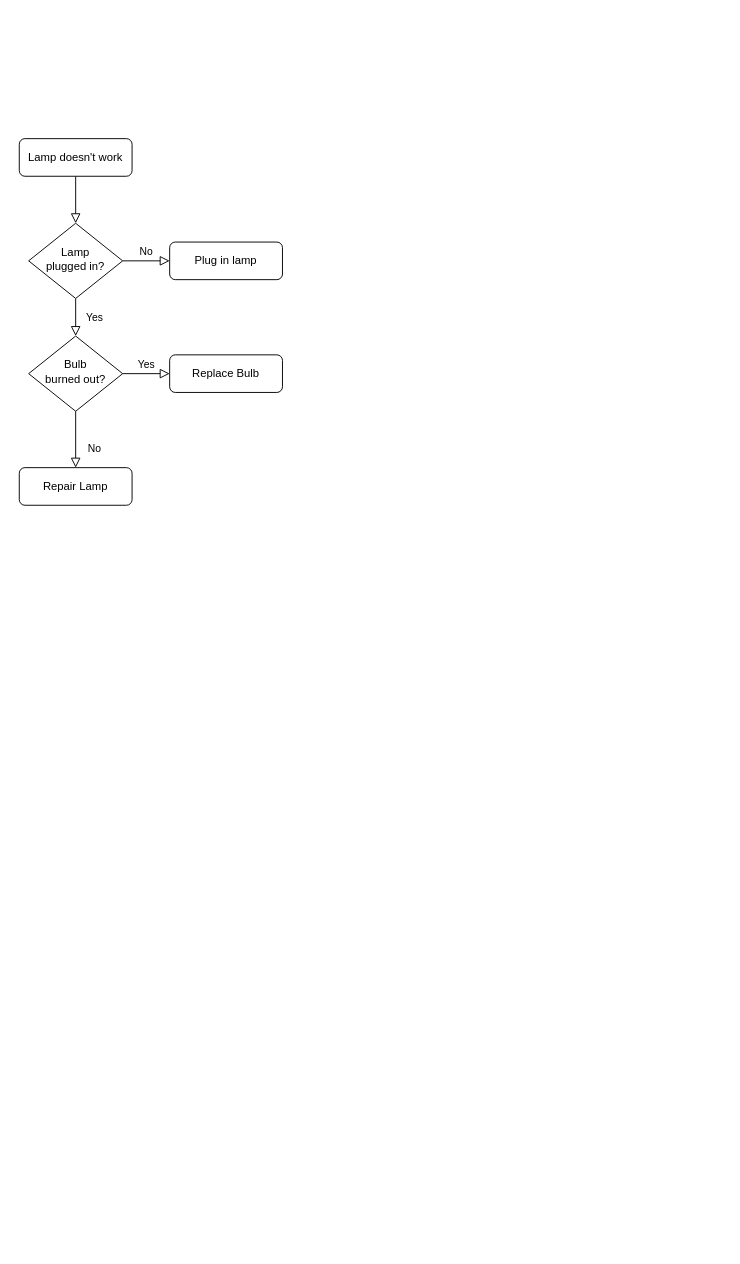
Earlier version of the draw.io diagram Untitled Diagram.drawio (AvivLiberman/templates). Source tidied: cells renumbered, new cells numbered last; positions are measured from the earlier drawing's top-left corner, leaving out a move shared by most shapes. Both pictures are drawn from the tidied source at 94%, with x=0, y=0 at pixel (19, 138).
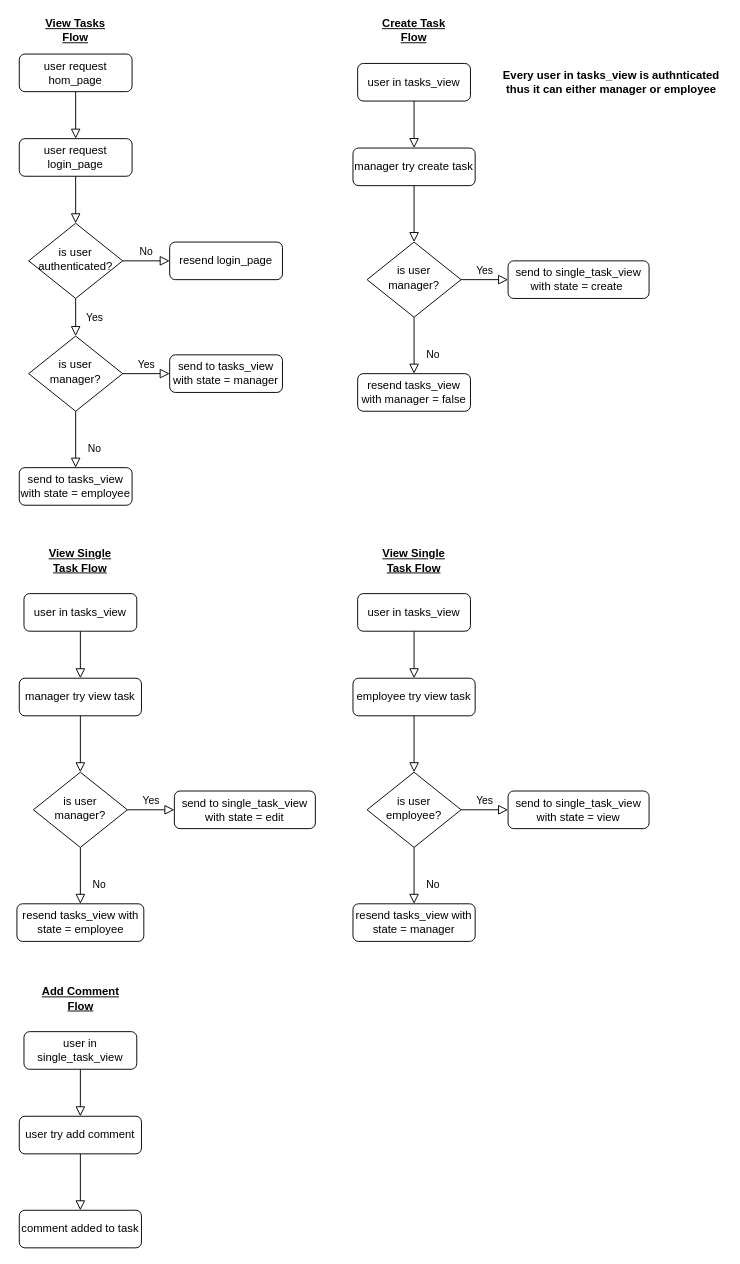
After the change.

Diff of the diagram source:
```diff
@@
-    <mxCell id="3" value="Lamp doesn't work" style="rounded=1;whiteSpace=wrap;html=1;fontSize=12;glass=0;strokeWidth=1;shadow=0;" parent="1" vertex="1">
+    <mxCell id="3" value="user request login_page" style="rounded=1;whiteSpace=wrap;html=1;fontSize=12;glass=0;strokeWidth=1;shadow=0;" parent="1" vertex="1">
       <mxGeometry width="120" height="40" as="geometry" />
     </mxCell>
@@
-    <mxCell id="6" value="Lamp&lt;br&gt;plugged in?" style="rhombus;whiteSpace=wrap;html=1;shadow=0;fontFamily=Helvetica;fontSize=12;align=center;strokeWidth=1;spacing=6;spacingTop=-4;" parent="1" vertex="1">
+    <mxCell id="6" value="is user authenticated?" style="rhombus;whiteSpace=wrap;html=1;shadow=0;fontFamily=Helvetica;fontSize=12;align=center;strokeWidth=1;spacing=6;spacingTop=-4;" parent="1" vertex="1">
       <mxGeometry x="10" y="90" width="100" height="80" as="geometry" />
     </mxCell>
-    <mxCell id="7" value="Plug in lamp" style="rounded=1;whiteSpace=wrap;html=1;fontSize=12;glass=0;strokeWidth=1;shadow=0;" parent="1" vertex="1">
+    <mxCell id="7" value="resend login_page" style="rounded=1;whiteSpace=wrap;html=1;fontSize=12;glass=0;strokeWidth=1;shadow=0;" parent="1" vertex="1">
       <mxGeometry x="160" y="110" width="120" height="40" as="geometry" />
     </mxCell>
@@
-    <mxCell id="10" value="Bulb&lt;br&gt;burned out?" style="rhombus;whiteSpace=wrap;html=1;shadow=0;fontFamily=Helvetica;fontSize=12;align=center;strokeWidth=1;spacing=6;spacingTop=-4;" parent="1" vertex="1">
+    <mxCell id="10" value="is user manager?" style="rhombus;whiteSpace=wrap;html=1;shadow=0;fontFamily=Helvetica;fontSize=12;align=center;strokeWidth=1;spacing=6;spacingTop=-4;" parent="1" vertex="1">
       <mxGeometry x="10" y="210" width="100" height="80" as="geometry" />
     </mxCell>
-    <mxCell id="11" value="Repair Lamp" style="rounded=1;whiteSpace=wrap;html=1;fontSize=12;glass=0;strokeWidth=1;shadow=0;" parent="1" vertex="1">
+    <mxCell id="11" value="send to tasks_view with state = employee" style="rounded=1;whiteSpace=wrap;html=1;fontSize=12;glass=0;strokeWidth=1;shadow=0;" parent="1" vertex="1">
       <mxGeometry y="350" width="120" height="40" as="geometry" />
     </mxCell>
-    <mxCell id="12" value="Replace Bulb" style="rounded=1;whiteSpace=wrap;html=1;fontSize=12;glass=0;strokeWidth=1;shadow=0;" parent="1" vertex="1">
+    <mxCell id="12" value="send to tasks_view with state = manager" style="rounded=1;whiteSpace=wrap;html=1;fontSize=12;glass=0;strokeWidth=1;shadow=0;" parent="1" vertex="1">
       <mxGeometry x="160" y="230" width="120" height="40" as="geometry" />
     </mxCell>
+    <mxCell id="13" style="rounded=0;html=1;jettySize=auto;fontSize=11;endArrow=block;endFill=0;endSize=8;strokeWidth=1;shadow=0;labelBackgroundColor=none;edgeStyle=orthogonalEdgeStyle;" parent="1" edge="1" source="14" target="3">
+      <mxGeometry relative="1" as="geometry" />
+    </mxCell>
+    <mxCell id="14" value="user request hom_page" style="rounded=1;whiteSpace=wrap;html=1;fontSize=12;glass=0;strokeWidth=1;shadow=0;" parent="1" vertex="1">
+      <mxGeometry y="-90" width="120" height="40" as="geometry" />
+    </mxCell>
+    <mxCell id="15" style="rounded=0;html=1;jettySize=auto;fontSize=11;endArrow=block;endFill=0;endSize=8;strokeWidth=1;shadow=0;labelBackgroundColor=none;edgeStyle=orthogonalEdgeStyle;entryX=0.5;entryY=0;entryDx=0;entryDy=0;" parent="1" edge="1" source="16" target="23">
+      <mxGeometry relative="1" as="geometry" />
+    </mxCell>
+    <mxCell id="16" value="manager try create task" style="rounded=1;whiteSpace=wrap;html=1;fontSize=12;glass=0;strokeWidth=1;shadow=0;" parent="1" vertex="1">
+      <mxGeometry x="355" y="10" width="130" height="40" as="geometry" />
+    </mxCell>
+    <mxCell id="17" style="rounded=0;html=1;jettySize=auto;fontSize=11;endArrow=block;endFill=0;endSize=8;strokeWidth=1;shadow=0;labelBackgroundColor=none;edgeStyle=orthogonalEdgeStyle;" parent="1" edge="1" source="18" target="16">
+      <mxGeometry relative="1" as="geometry" />
+    </mxCell>
+    <mxCell id="18" value="user in tasks_view" style="rounded=1;whiteSpace=wrap;html=1;fontSize=12;glass=0;strokeWidth=1;shadow=0;" parent="1" vertex="1">
+      <mxGeometry x="360" y="-80" width="120" height="40" as="geometry" />
+    </mxCell>
+    <mxCell id="19" value="View Tasks Flow" style="text;html=1;strokeColor=none;fillColor=none;align=center;verticalAlign=middle;whiteSpace=wrap;rounded=0;fontStyle=5;" parent="1" vertex="1">
+      <mxGeometry x="20" y="-130" width="80" height="30" as="geometry" />
+    </mxCell>
+    <mxCell id="20" value="Create Task Flow" style="text;html=1;strokeColor=none;fillColor=none;align=center;verticalAlign=middle;whiteSpace=wrap;rounded=0;fontStyle=5;" parent="1" vertex="1">
+      <mxGeometry x="380" y="-130" width="80" height="30" as="geometry" />
+    </mxCell>
+    <mxCell id="21" value="No" style="rounded=0;html=1;jettySize=auto;fontSize=11;endArrow=block;endFill=0;endSize=8;strokeWidth=1;shadow=0;labelBackgroundColor=none;edgeStyle=orthogonalEdgeStyle;" parent="1" edge="1" source="23" target="24">
+      <mxGeometry x="0.33" y="20" relative="1" as="geometry" />
+    </mxCell>
+    <mxCell id="22" value="Yes" style="edgeStyle=orthogonalEdgeStyle;rounded=0;html=1;jettySize=auto;fontSize=11;endArrow=block;endFill=0;endSize=8;strokeWidth=1;shadow=0;labelBackgroundColor=none;" parent="1" edge="1" source="23" target="25">
+      <mxGeometry y="10" relative="1" as="geometry" />
+    </mxCell>
+    <mxCell id="23" value="is user manager?" style="rhombus;whiteSpace=wrap;html=1;shadow=0;fontFamily=Helvetica;fontSize=12;align=center;strokeWidth=1;spacing=6;spacingTop=-4;" parent="1" vertex="1">
+      <mxGeometry x="370" y="110" width="100" height="80" as="geometry" />
+    </mxCell>
+    <mxCell id="24" value="resend tasks_view with manager = false" style="rounded=1;whiteSpace=wrap;html=1;fontSize=12;glass=0;strokeWidth=1;shadow=0;" parent="1" vertex="1">
+      <mxGeometry x="360" y="250" width="120" height="40" as="geometry" />
+    </mxCell>
+    <mxCell id="25" value="send to single_task_view with state = create&amp;nbsp;" style="rounded=1;whiteSpace=wrap;html=1;fontSize=12;glass=0;strokeWidth=1;shadow=0;" parent="1" vertex="1">
+      <mxGeometry x="520" y="130" width="150" height="40" as="geometry" />
+    </mxCell>
+    <mxCell id="26" style="rounded=0;html=1;jettySize=auto;fontSize=11;endArrow=block;endFill=0;endSize=8;strokeWidth=1;shadow=0;labelBackgroundColor=none;edgeStyle=orthogonalEdgeStyle;entryX=0.5;entryY=0;entryDx=0;entryDy=0;" parent="1" edge="1" source="27" target="33">
+      <mxGeometry relative="1" as="geometry" />
+    </mxCell>
+    <mxCell id="27" value="manager try view task" style="rounded=1;whiteSpace=wrap;html=1;fontSize=12;glass=0;strokeWidth=1;shadow=0;" parent="1" vertex="1">
+      <mxGeometry y="574" width="130" height="40" as="geometry" />
+    </mxCell>
+    <mxCell id="28" style="rounded=0;html=1;jettySize=auto;fontSize=11;endArrow=block;endFill=0;endSize=8;strokeWidth=1;shadow=0;labelBackgroundColor=none;edgeStyle=orthogonalEdgeStyle;" parent="1" edge="1" source="29" target="27">
+      <mxGeometry relative="1" as="geometry" />
+    </mxCell>
+    <mxCell id="29" value="user in tasks_view" style="rounded=1;whiteSpace=wrap;html=1;fontSize=12;glass=0;strokeWidth=1;shadow=0;" parent="1" vertex="1">
+      <mxGeometry x="5" y="484" width="120" height="40" as="geometry" />
+    </mxCell>
+    <mxCell id="30" value="View Single Task Flow" style="text;html=1;strokeColor=none;fillColor=none;align=center;verticalAlign=middle;whiteSpace=wrap;rounded=0;fontStyle=5;" parent="1" vertex="1">
+      <mxGeometry x="25" y="434" width="80" height="30" as="geometry" />
+    </mxCell>
+    <mxCell id="31" value="No" style="rounded=0;html=1;jettySize=auto;fontSize=11;endArrow=block;endFill=0;endSize=8;strokeWidth=1;shadow=0;labelBackgroundColor=none;edgeStyle=orthogonalEdgeStyle;" parent="1" edge="1" source="33" target="34">
+      <mxGeometry x="0.33" y="20" relative="1" as="geometry" />
+    </mxCell>
+    <mxCell id="32" value="Yes" style="edgeStyle=orthogonalEdgeStyle;rounded=0;html=1;jettySize=auto;fontSize=11;endArrow=block;endFill=0;endSize=8;strokeWidth=1;shadow=0;labelBackgroundColor=none;" parent="1" edge="1" source="33" target="35">
+      <mxGeometry y="10" relative="1" as="geometry" />
+    </mxCell>
+    <mxCell id="33" value="is user manager?" style="rhombus;whiteSpace=wrap;html=1;shadow=0;fontFamily=Helvetica;fontSize=12;align=center;strokeWidth=1;spacing=6;spacingTop=-4;" parent="1" vertex="1">
+      <mxGeometry x="15" y="674" width="100" height="80" as="geometry" />
+    </mxCell>
+    <mxCell id="34" value="resend tasks_view with state = employee" style="rounded=1;whiteSpace=wrap;html=1;fontSize=12;glass=0;strokeWidth=1;shadow=0;" parent="1" vertex="1">
+      <mxGeometry x="-2.5" y="814" width="135" height="40" as="geometry" />
+    </mxCell>
+    <mxCell id="35" value="send to single_task_view with state = edit" style="rounded=1;whiteSpace=wrap;html=1;fontSize=12;glass=0;strokeWidth=1;shadow=0;" parent="1" vertex="1">
+      <mxGeometry x="165" y="694" width="150" height="40" as="geometry" />
+    </mxCell>
+    <mxCell id="36" style="rounded=0;html=1;jettySize=auto;fontSize=11;endArrow=block;endFill=0;endSize=8;strokeWidth=1;shadow=0;labelBackgroundColor=none;edgeStyle=orthogonalEdgeStyle;entryX=0.5;entryY=0;entryDx=0;entryDy=0;" parent="1" edge="1" source="37" target="43">
+      <mxGeometry relative="1" as="geometry" />
+    </mxCell>
+    <mxCell id="37" value="employee try view task" style="rounded=1;whiteSpace=wrap;html=1;fontSize=12;glass=0;strokeWidth=1;shadow=0;" parent="1" vertex="1">
+      <mxGeometry x="355" y="574" width="130" height="40" as="geometry" />
+    </mxCell>
+    <mxCell id="38" style="rounded=0;html=1;jettySize=auto;fontSize=11;endArrow=block;endFill=0;endSize=8;strokeWidth=1;shadow=0;labelBackgroundColor=none;edgeStyle=orthogonalEdgeStyle;" parent="1" edge="1" source="39" target="37">
+      <mxGeometry relative="1" as="geometry" />
+    </mxCell>
+    <mxCell id="39" value="user in tasks_view" style="rounded=1;whiteSpace=wrap;html=1;fontSize=12;glass=0;strokeWidth=1;shadow=0;" parent="1" vertex="1">
+      <mxGeometry x="360" y="484" width="120" height="40" as="geometry" />
+    </mxCell>
+    <mxCell id="40" value="View Single Task Flow" style="text;html=1;strokeColor=none;fillColor=none;align=center;verticalAlign=middle;whiteSpace=wrap;rounded=0;fontStyle=5;" parent="1" vertex="1">
+      <mxGeometry x="380" y="434" width="80" height="30" as="geometry" />
+    </mxCell>
+    <mxCell id="41" value="No" style="rounded=0;html=1;jettySize=auto;fontSize=11;endArrow=block;endFill=0;endSize=8;strokeWidth=1;shadow=0;labelBackgroundColor=none;edgeStyle=orthogonalEdgeStyle;" parent="1" edge="1" source="43" target="44">
+      <mxGeometry x="0.33" y="20" relative="1" as="geometry" />
+    </mxCell>
+    <mxCell id="42" value="Yes" style="edgeStyle=orthogonalEdgeStyle;rounded=0;html=1;jettySize=auto;fontSize=11;endArrow=block;endFill=0;endSize=8;strokeWidth=1;shadow=0;labelBackgroundColor=none;" parent="1" edge="1" source="43" target="45">
+      <mxGeometry y="10" relative="1" as="geometry" />
+    </mxCell>
+    <mxCell id="43" value="is user employee?" style="rhombus;whiteSpace=wrap;html=1;shadow=0;fontFamily=Helvetica;fontSize=12;align=center;strokeWidth=1;spacing=6;spacingTop=-4;" parent="1" vertex="1">
+      <mxGeometry x="370" y="674" width="100" height="80" as="geometry" />
+    </mxCell>
+    <mxCell id="44" value="resend tasks_view with state = manager" style="rounded=1;whiteSpace=wrap;html=1;fontSize=12;glass=0;strokeWidth=1;shadow=0;" parent="1" vertex="1">
+      <mxGeometry x="355" y="814" width="130" height="40" as="geometry" />
+    </mxCell>
+    <mxCell id="45" value="send to single_task_view with state = view" style="rounded=1;whiteSpace=wrap;html=1;fontSize=12;glass=0;strokeWidth=1;shadow=0;" parent="1" vertex="1">
+      <mxGeometry x="520" y="694" width="150" height="40" as="geometry" />
+    </mxCell>
+    <mxCell id="46" value="Every user in tasks_view is authnticated thus it can either manager or employee" style="text;html=1;strokeColor=none;fillColor=none;align=center;verticalAlign=middle;whiteSpace=wrap;rounded=0;fontStyle=1;" parent="1" vertex="1">
+      <mxGeometry x="510" y="-75" width="240" height="30" as="geometry" />
+    </mxCell>
+    <mxCell id="47" style="rounded=0;html=1;jettySize=auto;fontSize=11;endArrow=block;endFill=0;endSize=8;strokeWidth=1;shadow=0;labelBackgroundColor=none;edgeStyle=orthogonalEdgeStyle;" parent="1" edge="1" source="48" target="52">
+      <mxGeometry relative="1" as="geometry" />
+    </mxCell>
+    <mxCell id="48" value="user try add comment" style="rounded=1;whiteSpace=wrap;html=1;fontSize=12;glass=0;strokeWidth=1;shadow=0;" parent="1" vertex="1">
+      <mxGeometry y="1040" width="130" height="40" as="geometry" />
+    </mxCell>
+    <mxCell id="49" style="rounded=0;html=1;jettySize=auto;fontSize=11;endArrow=block;endFill=0;endSize=8;strokeWidth=1;shadow=0;labelBackgroundColor=none;edgeStyle=orthogonalEdgeStyle;" parent="1" edge="1" source="50" target="48">
+      <mxGeometry relative="1" as="geometry" />
+    </mxCell>
+    <mxCell id="50" value="user in single_task_view" style="rounded=1;whiteSpace=wrap;html=1;fontSize=12;glass=0;strokeWidth=1;shadow=0;" parent="1" vertex="1">
+      <mxGeometry x="5" y="950" width="120" height="40" as="geometry" />
+    </mxCell>
+    <mxCell id="51" value="Add Comment Flow" style="text;html=1;strokeColor=none;fillColor=none;align=center;verticalAlign=middle;whiteSpace=wrap;rounded=0;fontStyle=5;" parent="1" vertex="1">
+      <mxGeometry x="17.5" y="900" width="95" height="30" as="geometry" />
+    </mxCell>
+    <mxCell id="52" value="comment added to task" style="rounded=1;whiteSpace=wrap;html=1;fontSize=12;glass=0;strokeWidth=1;shadow=0;" parent="1" vertex="1">
+      <mxGeometry y="1140" width="130" height="40" as="geometry" />
+    </mxCell>
```
